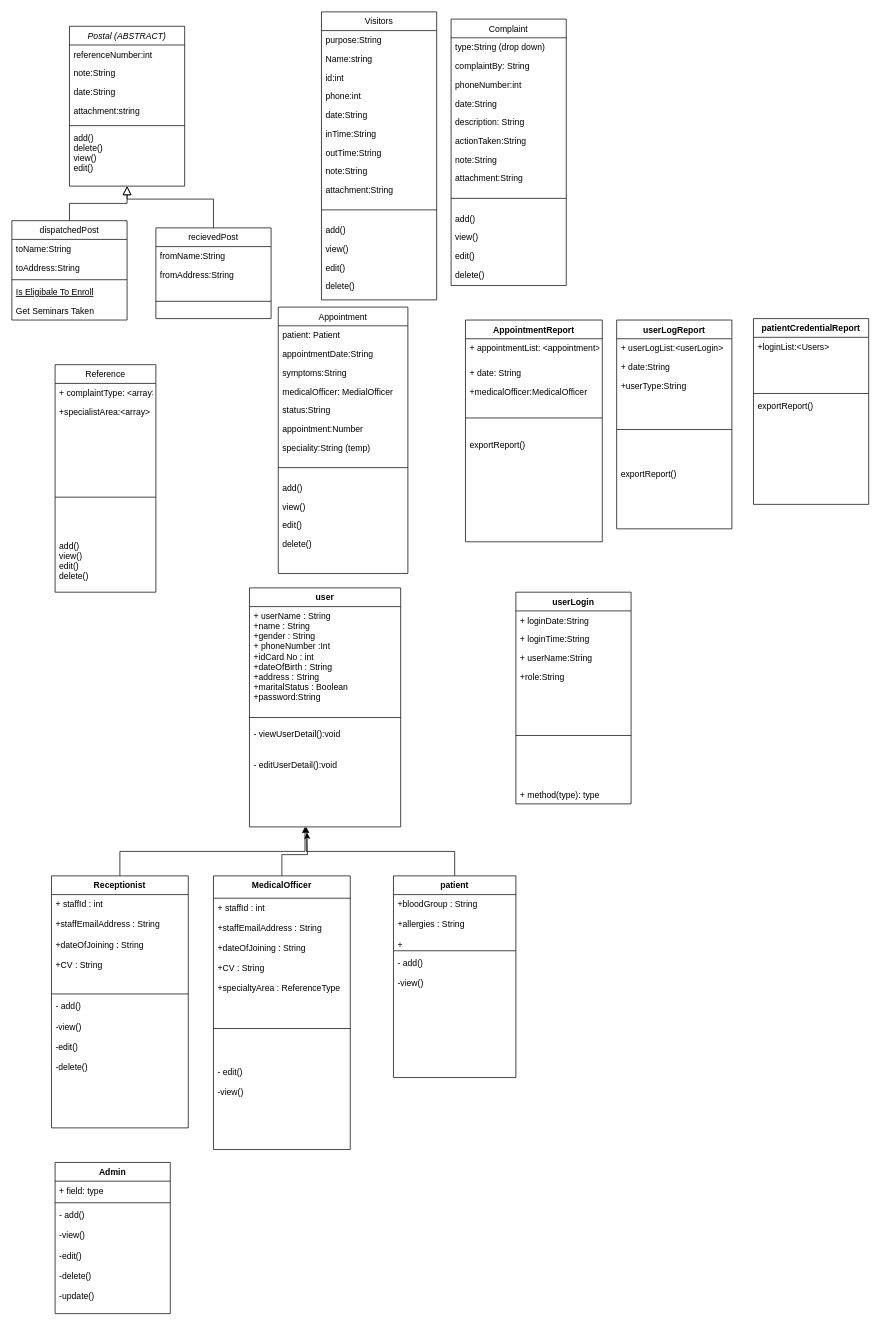
The draw.io diagram Untitled Diagram.drawio in sajath-45/hospital-managment-system-Java-Project, before the edit. Source tidied: cells renumbered, new cells numbered last; positions are measured from the earlier drawing's top-left corner, leaving out a move shared by most shapes. Both pictures are drawn from the tidied source at 72%, with x=0, y=0 at pixel (12, 12).
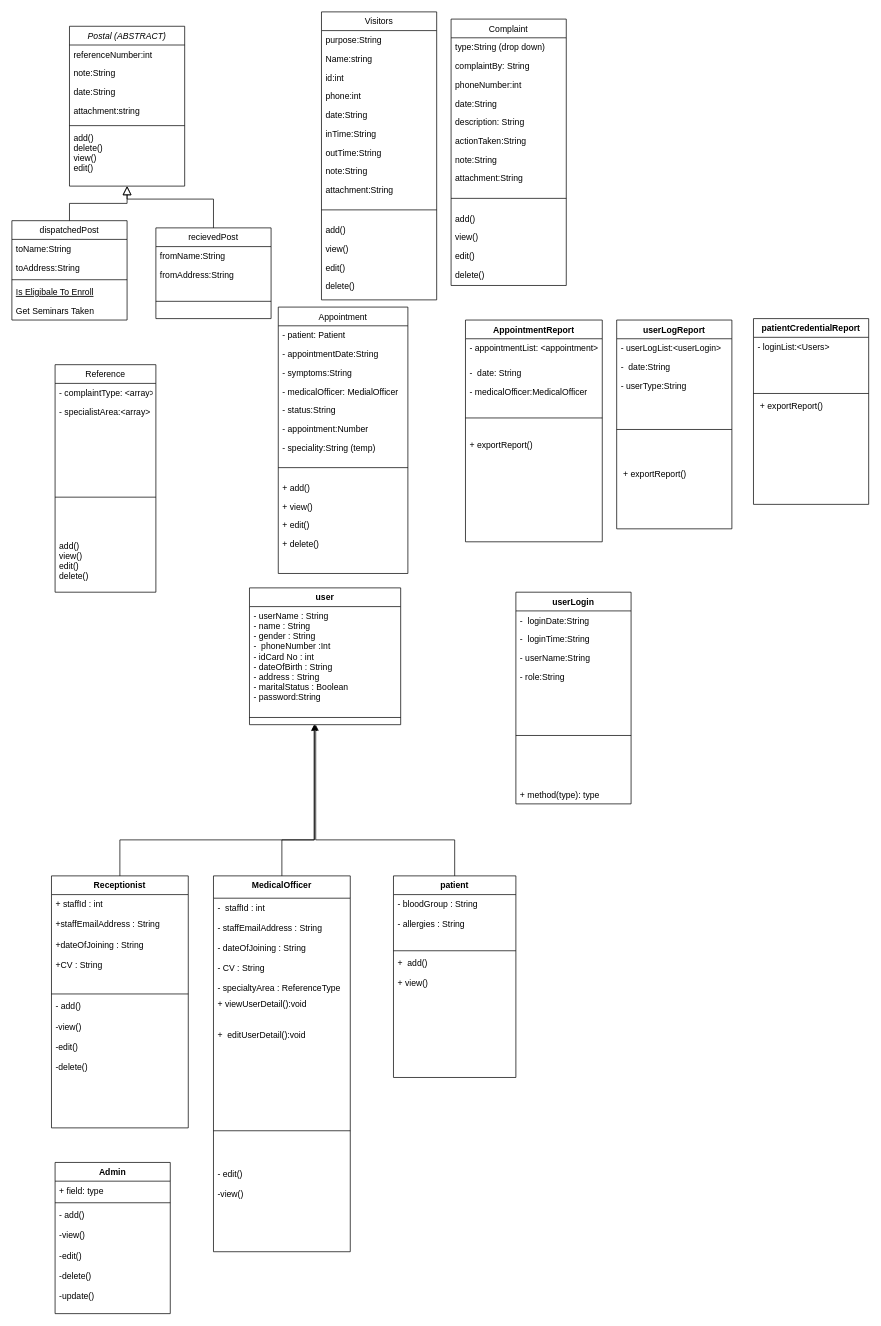
After the change.

The change refers to these unchanged cells:
```xml
<mxCell id="50" value="Appointment" style="swimlane;fontStyle=0;align=center;verticalAlign=top;horizontal=1;startSize=26;rounded=0;shadow=0;strokeWidth=1;" parent="1" vertex="1">
  <mxGeometry x="370" y="410" width="180" height="370" as="geometry" />
</mxCell>
<mxCell id="63" value="Reference" style="swimlane;fontStyle=0;horizontal=1;startSize=26;fillColor=none;" parent="1" vertex="1">
  <mxGeometry x="60" y="490" width="140" height="316" as="geometry" />
</mxCell>
<mxCell id="73" value="Receptionist" style="swimlane;fontStyle=1;align=center;verticalAlign=top;horizontal=1;startSize=26;" parent="1" vertex="1">
  <mxGeometry x="55" y="1200" width="190" height="350" as="geometry" />
</mxCell>
<mxCell id="83" value="patient" style="swimlane;fontStyle=1;align=center;verticalAlign=top;horizontal=1;startSize=26;" parent="1" vertex="1">
  <mxGeometry x="530" y="1200" width="170" height="280" as="geometry" />
</mxCell>
<mxCell id="87" value="AppointmentReport" style="swimlane;fontStyle=1;align=center;verticalAlign=top;horizontal=1;startSize=26;" parent="1" vertex="1">
  <mxGeometry x="630" y="428" width="190" height="308" as="geometry" />
</mxCell>
<mxCell id="93" value="userLogReport" style="swimlane;fontStyle=1;align=center;verticalAlign=top;horizontal=1;startSize=26;" parent="1" vertex="1">
  <mxGeometry x="840" y="428" width="160" height="290" as="geometry" />
</mxCell>
<mxCell id="99" value="patientCredentialReport" style="swimlane;fontStyle=1;align=center;verticalAlign=top;horizontal=1;startSize=26;" parent="1" vertex="1">
  <mxGeometry x="1030" y="426" width="160" height="258" as="geometry" />
</mxCell>
<mxCell id="103" value="userLogin" style="swimlane;fontStyle=1;align=center;verticalAlign=top;horizontal=1;startSize=26;" parent="1" vertex="1">
  <mxGeometry x="700" y="806" width="160" height="294" as="geometry" />
</mxCell>
```

The edit, as a diff of the source:
```diff
@@
-    <mxCell id="51" value="patient: Patient" style="text;align=left;verticalAlign=top;spacingLeft=4;spacingRight=4;overflow=hidden;" parent="50" vertex="1">
+    <mxCell id="51" value="- patient: Patient" style="text;align=left;verticalAlign=top;spacingLeft=4;spacingRight=4;overflow=hidden;" parent="50" vertex="1">
       <mxGeometry y="26" width="180" height="26" as="geometry" />
     </mxCell>
-    <mxCell id="52" value="appointmentDate:String" style="text;align=left;verticalAlign=top;spacingLeft=4;spacingRight=4;overflow=hidden;rounded=0;shadow=0;html=0;" parent="50" vertex="1">
+    <mxCell id="52" value="- appointmentDate:String" style="text;align=left;verticalAlign=top;spacingLeft=4;spacingRight=4;overflow=hidden;rounded=0;shadow=0;html=0;" parent="50" vertex="1">
       <mxGeometry y="52" width="180" height="26" as="geometry" />
     </mxCell>
-    <mxCell id="53" value="symptoms:String" style="text;align=left;verticalAlign=top;spacingLeft=4;spacingRight=4;overflow=hidden;rounded=0;shadow=0;html=0;" parent="50" vertex="1">
+    <mxCell id="53" value="- symptoms:String" style="text;align=left;verticalAlign=top;spacingLeft=4;spacingRight=4;overflow=hidden;rounded=0;shadow=0;html=0;" parent="50" vertex="1">
       <mxGeometry y="78" width="180" height="26" as="geometry" />
     </mxCell>
-    <mxCell id="54" value="medicalOfficer: MedialOfficer" style="text;align=left;verticalAlign=top;spacingLeft=4;spacingRight=4;overflow=hidden;rounded=0;shadow=0;html=0;" parent="50" vertex="1">
+    <mxCell id="54" value="- medicalOfficer: MedialOfficer" style="text;align=left;verticalAlign=top;spacingLeft=4;spacingRight=4;overflow=hidden;rounded=0;shadow=0;html=0;" parent="50" vertex="1">
       <mxGeometry y="104" width="180" height="26" as="geometry" />
     </mxCell>
-    <mxCell id="55" value="status:String" style="text;align=left;verticalAlign=top;spacingLeft=4;spacingRight=4;overflow=hidden;rounded=0;shadow=0;html=0;" parent="50" vertex="1">
+    <mxCell id="55" value="- status:String" style="text;align=left;verticalAlign=top;spacingLeft=4;spacingRight=4;overflow=hidden;rounded=0;shadow=0;html=0;" parent="50" vertex="1">
       <mxGeometry y="130" width="180" height="26" as="geometry" />
     </mxCell>
-    <mxCell id="56" value="appointment:Number" style="text;align=left;verticalAlign=top;spacingLeft=4;spacingRight=4;overflow=hidden;rounded=0;shadow=0;html=0;" parent="50" vertex="1">
+    <mxCell id="56" value="- appointment:Number" style="text;align=left;verticalAlign=top;spacingLeft=4;spacingRight=4;overflow=hidden;rounded=0;shadow=0;html=0;" parent="50" vertex="1">
       <mxGeometry y="156" width="180" height="26" as="geometry" />
     </mxCell>
-    <mxCell id="57" value="speciality:String (temp)" style="text;align=left;verticalAlign=top;spacingLeft=4;spacingRight=4;overflow=hidden;rounded=0;shadow=0;html=0;" parent="50" vertex="1">
+    <mxCell id="57" value="- speciality:String (temp)" style="text;align=left;verticalAlign=top;spacingLeft=4;spacingRight=4;overflow=hidden;rounded=0;shadow=0;html=0;" parent="50" vertex="1">
       <mxGeometry y="182" width="180" height="26" as="geometry" />
     </mxCell>
@@
-    <mxCell id="59" value="add()" style="text;align=left;verticalAlign=top;spacingLeft=4;spacingRight=4;overflow=hidden;" parent="50" vertex="1">
+    <mxCell id="59" value="+ add()" style="text;align=left;verticalAlign=top;spacingLeft=4;spacingRight=4;overflow=hidden;" parent="50" vertex="1">
       <mxGeometry y="238" width="180" height="26" as="geometry" />
     </mxCell>
-    <mxCell id="60" value="view()" style="text;align=left;verticalAlign=top;spacingLeft=4;spacingRight=4;overflow=hidden;" parent="50" vertex="1">
+    <mxCell id="60" value="+ view()" style="text;align=left;verticalAlign=top;spacingLeft=4;spacingRight=4;overflow=hidden;" parent="50" vertex="1">
       <mxGeometry y="264" width="180" height="26" as="geometry" />
     </mxCell>
-    <mxCell id="61" value="edit()" style="text;align=left;verticalAlign=top;spacingLeft=4;spacingRight=4;overflow=hidden;" parent="50" vertex="1">
+    <mxCell id="61" value="+ edit()" style="text;align=left;verticalAlign=top;spacingLeft=4;spacingRight=4;overflow=hidden;" parent="50" vertex="1">
       <mxGeometry y="290" width="180" height="26" as="geometry" />
     </mxCell>
-    <mxCell id="62" value="delete()" style="text;align=left;verticalAlign=top;spacingLeft=4;spacingRight=4;overflow=hidden;" parent="50" vertex="1">
+    <mxCell id="62" value="+ delete()" style="text;align=left;verticalAlign=top;spacingLeft=4;spacingRight=4;overflow=hidden;" parent="50" vertex="1">
       <mxGeometry y="316" width="180" height="28" as="geometry" />
     </mxCell>
@@
-    <mxCell id="64" value="+ complaintType: &lt;array&gt;" style="text;strokeColor=none;fillColor=none;align=left;verticalAlign=top;spacingLeft=4;spacingRight=4;overflow=hidden;" parent="63" vertex="1">
+    <mxCell id="64" value="- complaintType: &lt;array&gt;" style="text;strokeColor=none;fillColor=none;align=left;verticalAlign=top;spacingLeft=4;spacingRight=4;overflow=hidden;" parent="63" vertex="1">
       <mxGeometry y="26" width="140" height="26" as="geometry" />
     </mxCell>
-    <mxCell id="65" value="+specialistArea:&lt;array&gt;" style="text;strokeColor=none;fillColor=none;align=left;verticalAlign=top;spacingLeft=4;spacingRight=4;overflow=hidden;" parent="63" vertex="1">
+    <mxCell id="65" value="- specialistArea:&lt;array&gt;" style="text;strokeColor=none;fillColor=none;align=left;verticalAlign=top;spacingLeft=4;spacingRight=4;overflow=hidden;" parent="63" vertex="1">
       <mxGeometry y="52" width="140" height="78" as="geometry" />
     </mxCell>
@@
     <mxCell id="68" value="user" style="swimlane;fontStyle=1;align=center;verticalAlign=top;horizontal=1;startSize=26;" parent="1" vertex="1">
-      <mxGeometry x="330" y="800" width="210" height="332" as="geometry" />
+      <mxGeometry x="330" y="800" width="210" height="190" as="geometry" />
     </mxCell>
-    <mxCell id="69" value="+ userName : String&#10;+name : String &#10;+gender : String&#10;+ phoneNumber :Int&#10;+idCard No : int&#10;+dateOfBirth : String&#10;+address : String&#10;+maritalStatus : Boolean&#10;+password:String&#10;&#10;" style="text;strokeColor=none;fillColor=none;align=left;verticalAlign=top;spacingLeft=4;spacingRight=4;overflow=hidden;" parent="68" vertex="1">
+    <mxCell id="69" value="- userName : String&#10;- name : String &#10;- gender : String&#10;-  phoneNumber :Int&#10;- idCard No : int&#10;- dateOfBirth : String&#10;- address : String&#10;- maritalStatus : Boolean&#10;- password:String&#10;&#10;" style="text;strokeColor=none;fillColor=none;align=left;verticalAlign=top;spacingLeft=4;spacingRight=4;overflow=hidden;" parent="68" vertex="1">
       <mxGeometry y="26" width="210" height="144" as="geometry" />
     </mxCell>
@@
-    <mxCell id="71" value="- viewUserDetail():void&#10;&#10;&#10;- editUserDetail():void" style="text;strokeColor=none;fillColor=none;align=left;verticalAlign=top;spacingLeft=4;spacingRight=4;overflow=hidden;points=[[0,0.5],[1,0.5]];portConstraint=eastwest;" parent="68" vertex="1">
-      <mxGeometry y="190" width="210" height="142" as="geometry" />
-    </mxCell>
-    <mxCell id="72" style="edgeStyle=orthogonalEdgeStyle;rounded=0;jettySize=auto;html=1;exitX=0.5;exitY=0;exitDx=0;exitDy=0;entryX=0.367;entryY=1;entryDx=0;entryDy=0;entryPerimeter=0;" parent="1" edge="1" source="73" target="71">
-      <mxGeometry relative="1" as="geometry" />
+    <mxCell id="72" style="edgeStyle=orthogonalEdgeStyle;rounded=0;jettySize=auto;html=1;exitX=0.5;exitY=0;exitDx=0;exitDy=0;" parent="1" edge="1" source="73">
+      <mxGeometry relative="1" as="geometry">
+        <mxPoint x="420" y="990" as="targetPoint" />
+        <Array as="points">
+          <mxPoint x="150" y="1150" />
+          <mxPoint x="420" y="1150" />
+        </Array>
+      </mxGeometry>
     </mxCell>
@@
     <mxCell id="77" style="edgeStyle=orthogonalEdgeStyle;rounded=0;jettySize=auto;html=1;exitX=0.5;exitY=0;exitDx=0;exitDy=0;" parent="1" edge="1" source="78">
       <mxGeometry relative="1" as="geometry">
-        <mxPoint x="410" y="1140" as="targetPoint" />
+        <mxPoint x="420" y="990" as="targetPoint" />
+        <Array as="points">
+          <mxPoint x="375" y="1150" />
+          <mxPoint x="420" y="1150" />
+        </Array>
       </mxGeometry>
     </mxCell>
     <mxCell id="78" value="MedicalOfficer" style="swimlane;fontStyle=1;align=center;verticalAlign=top;horizontal=1;startSize=31;" parent="1" vertex="1">
-      <mxGeometry x="280" y="1200" width="190" height="380" as="geometry" />
+      <mxGeometry x="280" y="1200" width="190" height="522" as="geometry" />
     </mxCell>
-    <mxCell id="79" value="+ staffId : int&#10;&#10;+staffEmailAddress : String&#10;&#10;+dateOfJoining : String&#10;&#10;+CV : String&#10;&#10;+specialtyArea : ReferenceType&#10;" style="text;strokeColor=none;fillColor=none;align=left;verticalAlign=top;spacingLeft=4;spacingRight=4;overflow=hidden;" parent="78" vertex="1">
+    <mxCell id="79" value="-  staffId : int&#10;&#10;- staffEmailAddress : String&#10;&#10;- dateOfJoining : String&#10;&#10;- CV : String&#10;&#10;- specialtyArea : ReferenceType&#10;" style="text;strokeColor=none;fillColor=none;align=left;verticalAlign=top;spacingLeft=4;spacingRight=4;overflow=hidden;" parent="78" vertex="1">
       <mxGeometry y="31" width="190" height="134" as="geometry" />
     </mxCell>
+    <mxCell id="71" value="+ viewUserDetail():void&#10;&#10;&#10;+  editUserDetail():void" style="text;strokeColor=none;fillColor=none;align=left;verticalAlign=top;spacingLeft=4;spacingRight=4;overflow=hidden;points=[[0,0.5],[1,0.5]];portConstraint=eastwest;" parent="78" vertex="1">
+      <mxGeometry y="165" width="190" height="142" as="geometry" />
+    </mxCell>
     <mxCell id="80" style="line;strokeWidth=1;fillColor=none;align=left;verticalAlign=middle;spacingTop=-1;spacingLeft=3;spacingRight=3;labelPosition=right;" parent="78" vertex="1">
-      <mxGeometry y="165" width="190" height="94" as="geometry" />
+      <mxGeometry y="307" width="190" height="94" as="geometry" />
     </mxCell>
     <mxCell id="81" value="- edit()&#10;&#10;-view()&#10;&#10;&#10;&#10;" style="text;strokeColor=none;fillColor=none;align=left;verticalAlign=top;spacingLeft=4;spacingRight=4;overflow=hidden;" parent="78" vertex="1">
-      <mxGeometry y="259" width="190" height="121" as="geometry" />
+      <mxGeometry y="401" width="190" height="121" as="geometry" />
     </mxCell>
-    <mxCell id="82" style="edgeStyle=orthogonalEdgeStyle;rounded=0;jettySize=auto;html=1;entryX=0.376;entryY=1;entryDx=0;entryDy=0;entryPerimeter=0;" parent="1" edge="1" source="83" target="71">
-      <mxGeometry relative="1" as="geometry" />
+    <mxCell id="82" style="edgeStyle=orthogonalEdgeStyle;rounded=0;jettySize=auto;html=1;" parent="1" edge="1" source="83">
+      <mxGeometry relative="1" as="geometry">
+        <mxPoint x="422" y="990" as="targetPoint" />
+        <Array as="points">
+          <mxPoint x="615" y="1150" />
+          <mxPoint x="422" y="1150" />
+        </Array>
+      </mxGeometry>
     </mxCell>
@@
-    <mxCell id="84" value="+bloodGroup : String&#10;&#10;+allergies : String&#10;&#10;+&#10;&#10;" style="text;strokeColor=none;fillColor=none;align=left;verticalAlign=top;spacingLeft=4;spacingRight=4;overflow=hidden;" parent="83" vertex="1">
+    <mxCell id="84" value="- bloodGroup : String&#10;&#10;- allergies : String&#10;&#10;&#10;" style="text;strokeColor=none;fillColor=none;align=left;verticalAlign=top;spacingLeft=4;spacingRight=4;overflow=hidden;" parent="83" vertex="1">
       <mxGeometry y="26" width="170" height="74" as="geometry" />
     </mxCell>
@@
-    <mxCell id="86" value="- add()&#10;&#10;-view()" style="text;strokeColor=none;fillColor=none;align=left;verticalAlign=top;spacingLeft=4;spacingRight=4;overflow=hidden;" parent="83" vertex="1">
+    <mxCell id="86" value="+  add()&#10;&#10;+ view()" style="text;strokeColor=none;fillColor=none;align=left;verticalAlign=top;spacingLeft=4;spacingRight=4;overflow=hidden;" parent="83" vertex="1">
       <mxGeometry y="108" width="170" height="172" as="geometry" />
     </mxCell>
@@
-    <mxCell id="88" value="+ appointmentList: &lt;appointment&gt;" style="text;strokeColor=none;fillColor=none;align=left;verticalAlign=top;spacingLeft=4;spacingRight=4;overflow=hidden;" parent="87" vertex="1">
+    <mxCell id="88" value="- appointmentList: &lt;appointment&gt;" style="text;strokeColor=none;fillColor=none;align=left;verticalAlign=top;spacingLeft=4;spacingRight=4;overflow=hidden;" parent="87" vertex="1">
       <mxGeometry y="26" width="190" height="34" as="geometry" />
     </mxCell>
-    <mxCell id="89" value="+ date: String" style="text;strokeColor=none;fillColor=none;align=left;verticalAlign=top;spacingLeft=4;spacingRight=4;overflow=hidden;" parent="87" vertex="1">
+    <mxCell id="89" value="-  date: String" style="text;strokeColor=none;fillColor=none;align=left;verticalAlign=top;spacingLeft=4;spacingRight=4;overflow=hidden;" parent="87" vertex="1">
       <mxGeometry y="60" width="190" height="26" as="geometry" />
     </mxCell>
-    <mxCell id="90" value="+medicalOfficer:MedicalOfficer" style="text;strokeColor=none;fillColor=none;align=left;verticalAlign=top;spacingLeft=4;spacingRight=4;overflow=hidden;" parent="87" vertex="1">
+    <mxCell id="90" value="- medicalOfficer:MedicalOfficer" style="text;strokeColor=none;fillColor=none;align=left;verticalAlign=top;spacingLeft=4;spacingRight=4;overflow=hidden;" parent="87" vertex="1">
       <mxGeometry y="86" width="190" height="26" as="geometry" />
     </mxCell>
@@
-    <mxCell id="92" value="exportReport()" style="text;strokeColor=none;fillColor=none;align=left;verticalAlign=top;spacingLeft=4;spacingRight=4;overflow=hidden;" parent="87" vertex="1">
+    <mxCell id="92" value="+ exportReport()" style="text;strokeColor=none;fillColor=none;align=left;verticalAlign=top;spacingLeft=4;spacingRight=4;overflow=hidden;" parent="87" vertex="1">
       <mxGeometry y="160" width="190" height="148" as="geometry" />
     </mxCell>
@@
-    <mxCell id="94" value="+ userLogList:&lt;userLogin&gt;" style="text;strokeColor=none;fillColor=none;align=left;verticalAlign=top;spacingLeft=4;spacingRight=4;overflow=hidden;" parent="93" vertex="1">
+    <mxCell id="94" value="- userLogList:&lt;userLogin&gt;" style="text;strokeColor=none;fillColor=none;align=left;verticalAlign=top;spacingLeft=4;spacingRight=4;overflow=hidden;" parent="93" vertex="1">
       <mxGeometry y="26" width="160" height="26" as="geometry" />
     </mxCell>
-    <mxCell id="95" value="+ date:String" style="text;strokeColor=none;fillColor=none;align=left;verticalAlign=top;spacingLeft=4;spacingRight=4;overflow=hidden;" parent="93" vertex="1">
+    <mxCell id="95" value="-  date:String" style="text;strokeColor=none;fillColor=none;align=left;verticalAlign=top;spacingLeft=4;spacingRight=4;overflow=hidden;" parent="93" vertex="1">
       <mxGeometry y="52" width="160" height="26" as="geometry" />
     </mxCell>
-    <mxCell id="96" value="+userType:String" style="text;strokeColor=none;fillColor=none;align=left;verticalAlign=top;spacingLeft=4;spacingRight=4;overflow=hidden;" parent="93" vertex="1">
+    <mxCell id="96" value="- userType:String" style="text;strokeColor=none;fillColor=none;align=left;verticalAlign=top;spacingLeft=4;spacingRight=4;overflow=hidden;" parent="93" vertex="1">
       <mxGeometry y="78" width="160" height="26" as="geometry" />
     </mxCell>
@@
-    <mxCell id="98" value="exportReport()" style="text;strokeColor=none;fillColor=none;align=left;verticalAlign=top;spacingLeft=4;spacingRight=4;overflow=hidden;" parent="93" vertex="1">
+    <mxCell id="98" value=" + exportReport()" style="text;strokeColor=none;fillColor=none;align=left;verticalAlign=top;spacingLeft=4;spacingRight=4;overflow=hidden;" parent="93" vertex="1">
       <mxGeometry y="200" width="160" height="90" as="geometry" />
     </mxCell>
@@
-    <mxCell id="100" value="+loginList:&lt;Users&gt;" style="text;strokeColor=none;fillColor=none;align=left;verticalAlign=top;spacingLeft=4;spacingRight=4;overflow=hidden;" parent="99" vertex="1">
+    <mxCell id="100" value="- loginList:&lt;Users&gt;" style="text;strokeColor=none;fillColor=none;align=left;verticalAlign=top;spacingLeft=4;spacingRight=4;overflow=hidden;" parent="99" vertex="1">
       <mxGeometry y="26" width="160" height="74" as="geometry" />
     </mxCell>
@@
-    <mxCell id="102" value="exportReport()" style="text;strokeColor=none;fillColor=none;align=left;verticalAlign=top;spacingLeft=4;spacingRight=4;overflow=hidden;" parent="99" vertex="1">
+    <mxCell id="102" value=" + exportReport()" style="text;strokeColor=none;fillColor=none;align=left;verticalAlign=top;spacingLeft=4;spacingRight=4;overflow=hidden;" parent="99" vertex="1">
       <mxGeometry y="108" width="160" height="150" as="geometry" />
     </mxCell>
@@
-    <mxCell id="104" value="+ loginDate:String" style="text;strokeColor=none;fillColor=none;align=left;verticalAlign=top;spacingLeft=4;spacingRight=4;overflow=hidden;" parent="103" vertex="1">
+    <mxCell id="104" value="-  loginDate:String" style="text;strokeColor=none;fillColor=none;align=left;verticalAlign=top;spacingLeft=4;spacingRight=4;overflow=hidden;" parent="103" vertex="1">
       <mxGeometry y="26" width="160" height="26" as="geometry" />
     </mxCell>
-    <mxCell id="105" value="+ loginTime:String" style="text;strokeColor=none;fillColor=none;align=left;verticalAlign=top;spacingLeft=4;spacingRight=4;overflow=hidden;" parent="103" vertex="1">
+    <mxCell id="105" value="-  loginTime:String" style="text;strokeColor=none;fillColor=none;align=left;verticalAlign=top;spacingLeft=4;spacingRight=4;overflow=hidden;" parent="103" vertex="1">
       <mxGeometry y="52" width="160" height="26" as="geometry" />
     </mxCell>
-    <mxCell id="106" value="+ userName:String" style="text;strokeColor=none;fillColor=none;align=left;verticalAlign=top;spacingLeft=4;spacingRight=4;overflow=hidden;" parent="103" vertex="1">
+    <mxCell id="106" value="- userName:String" style="text;strokeColor=none;fillColor=none;align=left;verticalAlign=top;spacingLeft=4;spacingRight=4;overflow=hidden;" parent="103" vertex="1">
       <mxGeometry y="78" width="160" height="26" as="geometry" />
     </mxCell>
-    <mxCell id="107" value="+role:String" style="text;strokeColor=none;fillColor=none;align=left;verticalAlign=top;spacingLeft=4;spacingRight=4;overflow=hidden;" parent="103" vertex="1">
+    <mxCell id="107" value="- role:String" style="text;strokeColor=none;fillColor=none;align=left;verticalAlign=top;spacingLeft=4;spacingRight=4;overflow=hidden;" parent="103" vertex="1">
       <mxGeometry y="104" width="160" height="26" as="geometry" />
     </mxCell>
```
